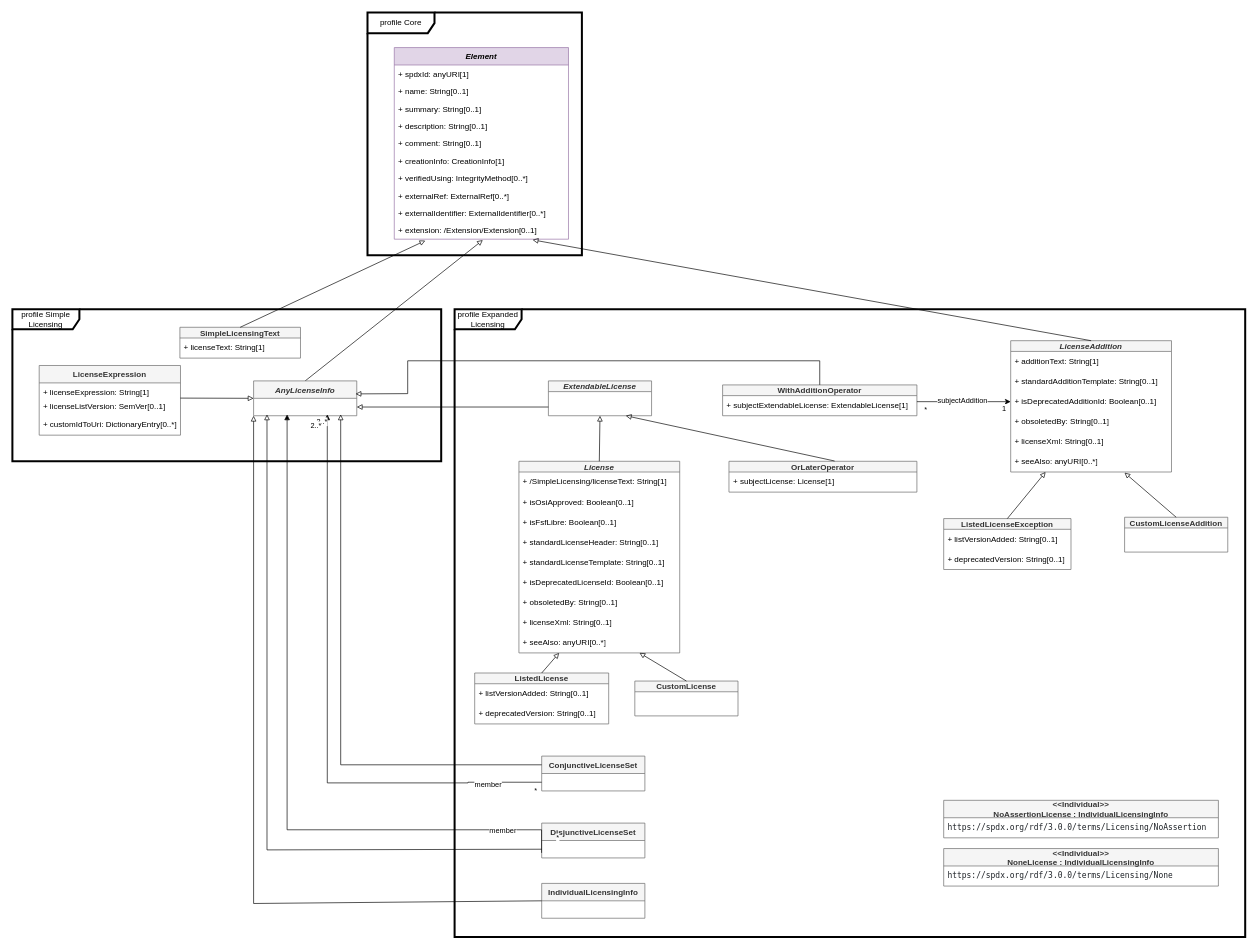
Before: page "Licensing" (5 of 11) of model.drawio in spdx/spdx-3-model, a draw.io diagram. Source tidied: cells renumbered, new cells numbered last; positions are measured from the earlier drawing's top-left corner, leaving out a move shared by most shapes. Both pictures are drawn from the tidied source at 67%, with x=0, y=0 at pixel (12, 12).
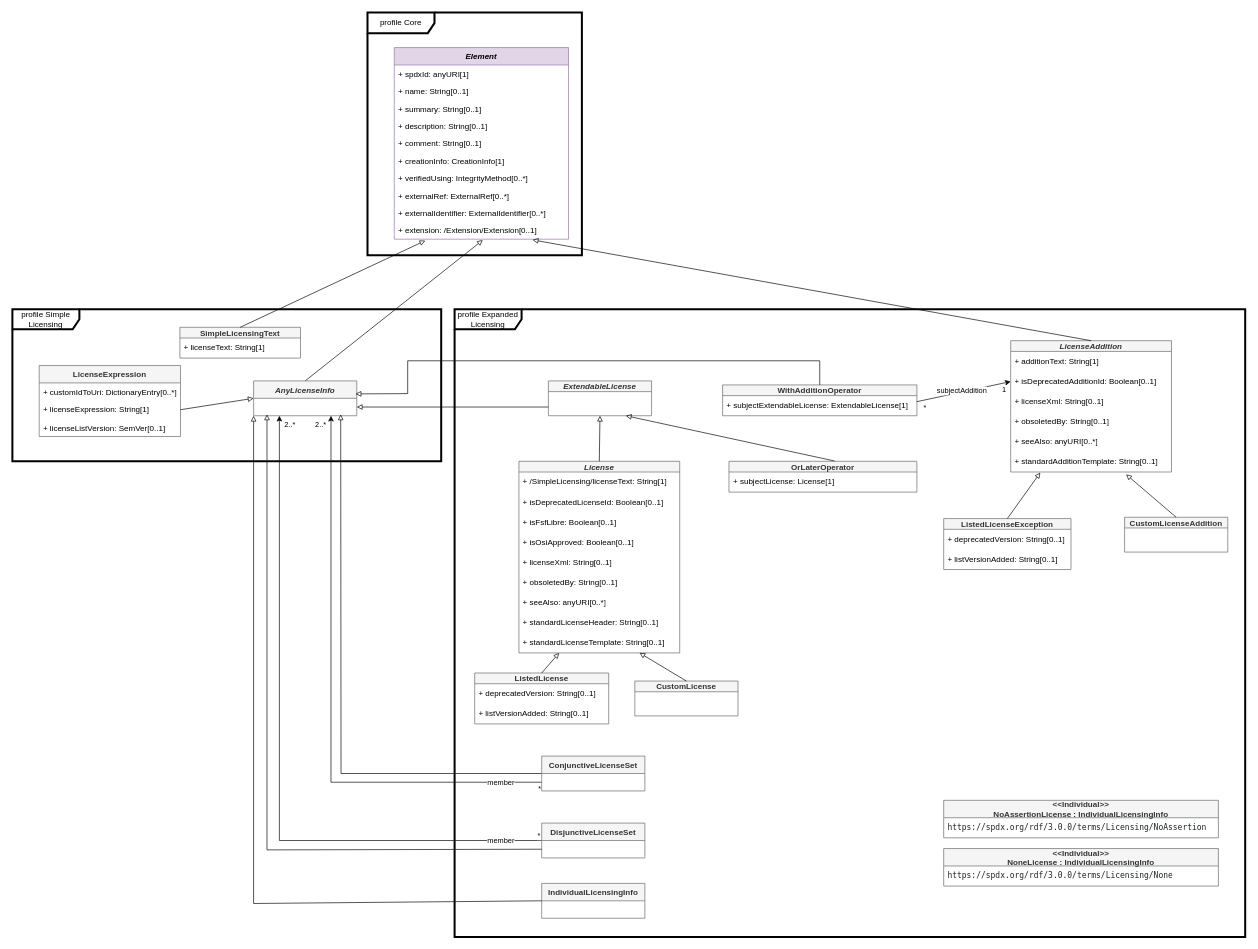
After the change.

Unchanged cells that the change refers to:
```xml
<mxCell id="2" value="profile Expanded Licensing" style="shape=umlFrame;whiteSpace=wrap;html=1;width=100;height=30;strokeWidth=3;" parent="1" vertex="1">
  <mxGeometry x="660" y="443" width="1180" height="937" as="geometry" />
</mxCell>
<mxCell id="3" value="DisjunctiveLicenseSet" style="swimlane;fontStyle=1;horizontal=1;startSize=26;fillColor=#f5f5f5;strokeColor=#666666;fontColor=#333333;" parent="1" vertex="1">
  <mxGeometry x="790" y="1210" width="154" height="52" as="geometry" />
</mxCell>
<mxCell id="18" value="AnyLicenseInfo" style="swimlane;fontStyle=3;horizontal=1;startSize=26;fillColor=#f5f5f5;strokeColor=#666666;fontColor=#333333;" parent="1" vertex="1">
  <mxGeometry x="360" y="550" width="154" height="52" as="geometry" />
</mxCell>
<mxCell id="24" value="ConjunctiveLicenseSet" style="swimlane;fontStyle=1;horizontal=1;startSize=26;fillColor=#f5f5f5;strokeColor=#666666;fontColor=#333333;" parent="1" vertex="1">
  <mxGeometry x="790" y="1110" width="154" height="52" as="geometry" />
</mxCell>
<mxCell id="29" value="License" style="swimlane;fontStyle=3;horizontal=1;startSize=16;fillColor=#f5f5f5;strokeColor=#666666;fontColor=#333333;" parent="1" vertex="1">
  <mxGeometry x="756" y="670" width="240" height="286" as="geometry" />
</mxCell>
<mxCell id="43" value="LicenseAddition" style="swimlane;fontStyle=3;horizontal=1;startSize=16;fillColor=#f5f5f5;strokeColor=#666666;fontColor=#333333;" parent="1" vertex="1">
  <mxGeometry x="1490" y="490" width="240" height="196" as="geometry" />
</mxCell>
<mxCell id="50" value="CustomLicenseAddition" style="swimlane;fontStyle=1;horizontal=1;startSize=16;fillColor=#f5f5f5;strokeColor=#666666;fontColor=#333333;" parent="1" vertex="1">
  <mxGeometry x="1660" y="753.5" width="154" height="52" as="geometry" />
</mxCell>
<mxCell id="58" value="ListedLicense" style="swimlane;fontStyle=1;horizontal=1;startSize=16;fillColor=#f5f5f5;strokeColor=#666666;fontColor=#333333;" parent="1" vertex="1">
  <mxGeometry x="690" y="986" width="200" height="76" as="geometry" />
</mxCell>
<mxCell id="62" value="ListedLicenseException" style="swimlane;fontStyle=1;horizontal=1;startSize=16;fillColor=#f5f5f5;strokeColor=#666666;fontColor=#333333;" parent="1" vertex="1">
  <mxGeometry x="1390" y="755.5" width="190" height="76" as="geometry" />
</mxCell>
```

What changed in the source:
```diff
@@
+    <mxCell id="87" style="edgeStyle=orthogonalEdgeStyle;rounded=0;jettySize=auto;html=1;exitX=0;exitY=0.5;exitDx=0;exitDy=0;entryX=0.25;entryY=1;entryDx=0;entryDy=0;" parent="1" edge="1" source="3" target="18">
+      <mxGeometry relative="1" as="geometry" />
+    </mxCell>
+    <mxCell id="88" value="member" style="edgeLabel;html=1;align=center;verticalAlign=middle;" parent="87" vertex="1">
+      <mxGeometry x="-0.57" y="1" relative="1" as="geometry">
+        <mxPoint x="158" y="-2" as="offset" />
+      </mxGeometry>
+    </mxCell>
+    <mxCell id="89" value="*" style="edgeLabel;html=1;align=center;verticalAlign=middle;" parent="87" vertex="1">
+      <mxGeometry x="-0.99" y="-1" relative="1" as="geometry">
+        <mxPoint y="-7" as="offset" />
+      </mxGeometry>
+    </mxCell>
+    <mxCell id="90" value="2..*" style="edgeLabel;html=1;align=center;verticalAlign=middle;" parent="87" vertex="1">
+      <mxGeometry x="0.78" y="-1" relative="1" as="geometry">
+        <mxPoint x="14" y="-100" as="offset" />
+      </mxGeometry>
+    </mxCell>
@@
     <mxCell id="19" value="LicenseExpression" style="swimlane;fontStyle=1;horizontal=1;startSize=26;fillColor=#f5f5f5;strokeColor=#666666;fontColor=#333333;" parent="1" vertex="1">
-      <mxGeometry x="40" y="527" width="210.9" height="104" as="geometry" />
+      <mxGeometry x="40" y="527" width="210.9" height="106" as="geometry" />
     </mxCell>
+    <mxCell id="22" value="+ customIdToUri: DictionaryEntry[0..*]" style="text;strokeColor=none;fillColor=none;align=left;verticalAlign=top;spacingLeft=4;spacingRight=4;overflow=hidden;whiteSpace=wrap;html=1;" parent="19" vertex="1">
+      <mxGeometry y="26" width="210.9" height="26" as="geometry" />
+    </mxCell>
     <mxCell id="20" value="+ licenseExpression: String[1]" style="text;strokeColor=none;fillColor=none;align=left;verticalAlign=top;spacingLeft=4;spacingRight=4;overflow=hidden;points=[[0,0.5],[1,0.5]];portConstraint=eastwest;" parent="19" vertex="1">
-      <mxGeometry y="26" width="210.9" height="22" as="geometry" />
+      <mxGeometry y="52" width="210.9" height="28" as="geometry" />
     </mxCell>
     <mxCell id="21" value="+ licenseListVersion: SemVer[0..1]" style="text;strokeColor=none;fillColor=none;align=left;verticalAlign=top;spacingLeft=4;spacingRight=4;overflow=hidden;points=[[0,0.5],[1,0.5]];portConstraint=eastwest;" parent="19" vertex="1">
-      <mxGeometry y="48" width="210.9" height="26" as="geometry" />
+      <mxGeometry y="80" width="210.9" height="26" as="geometry" />
     </mxCell>
-    <mxCell id="22" value="+ customIdToUri: DictionaryEntry[0..*]" style="text;strokeColor=none;fillColor=none;align=left;verticalAlign=middle;spacingLeft=4;spacingRight=4;overflow=hidden;whiteSpace=wrap;html=1;" parent="19" vertex="1">
-      <mxGeometry y="74" width="210.9" height="30" as="geometry" />
-    </mxCell>
-    <mxCell id="23" style="endArrow=block;html=1;rounded=0;entryX=0;entryY=0.5;entryDx=0;entryDy=0;exitX=0.999;exitY=0.026;exitDx=0;exitDy=0;endFill=0;exitPerimeter=0;" parent="1" edge="1" source="21" target="18">
+    <mxCell id="23" style="endArrow=block;html=1;rounded=0;entryX=0;entryY=0.5;entryDx=0;entryDy=0;exitX=1;exitY=0.5;exitDx=0;exitDy=0;endFill=0;" parent="1" edge="1" source="20" target="18">
       <mxGeometry relative="1" as="geometry" />
     </mxCell>
+    <mxCell id="91" style="edgeStyle=orthogonalEdgeStyle;rounded=0;jettySize=auto;html=1;exitX=0;exitY=0.75;exitDx=0;exitDy=0;entryX=0.75;entryY=1;entryDx=0;entryDy=0;" parent="1" edge="1" source="24" target="18">
+      <mxGeometry relative="1" as="geometry" />
+    </mxCell>
+    <mxCell id="92" value="member" style="edgeLabel;html=1;align=center;verticalAlign=middle;" parent="91" vertex="1">
+      <mxGeometry x="-0.81" relative="1" as="geometry">
+        <mxPoint x="20" as="offset" />
+      </mxGeometry>
+    </mxCell>
+    <mxCell id="93" value="*" style="edgeLabel;html=1;align=center;verticalAlign=middle;" parent="91" vertex="1">
+      <mxGeometry x="-0.99" y="1" relative="1" as="geometry">
+        <mxPoint y="8" as="offset" />
+      </mxGeometry>
+    </mxCell>
+    <mxCell id="94" value="2..*" style="edgeLabel;html=1;align=center;verticalAlign=middle;" parent="91" vertex="1">
+      <mxGeometry x="0.78" y="-1" relative="1" as="geometry">
+        <mxPoint x="-17" y="-81" as="offset" />
+      </mxGeometry>
+    </mxCell>
+    <mxCell id="95" style="edgeStyle=orthogonalEdgeStyle;rounded=0;jettySize=auto;html=1;exitX=0;exitY=0.5;exitDx=0;exitDy=0;strokeColor=default;endArrow=block;endFill=0;" parent="1" edge="1" source="24">
+      <mxGeometry relative="1" as="geometry">
+        <mxPoint x="490" y="600" as="targetPoint" />
+      </mxGeometry>
+    </mxCell>
@@
-    <mxCell id="25" style="edgeStyle=orthogonalEdgeStyle;rounded=0;jettySize=auto;html=1;endArrow=block;endFill=1;exitX=0;exitY=0.75;exitDx=0;exitDy=0;" parent="1" edge="1" source="24">
-      <mxGeometry relative="1" as="geometry">
-        <mxPoint x="470" y="600" as="targetPoint" />
-        <Array as="points">
-          <mxPoint x="680" y="1149" />
-          <mxPoint x="470" y="1150" />
-        </Array>
-      </mxGeometry>
-    </mxCell>
-    <mxCell id="26" value="*" style="edgeLabel;html=1;align=center;verticalAlign=middle;" parent="25" vertex="1">
-      <mxGeometry x="0.89" y="-1" relative="1" as="geometry">
-        <mxPoint x="309" y="513" as="offset" />
-      </mxGeometry>
-    </mxCell>
-    <mxCell id="27" value="2..*" style="edgeLabel;html=1;align=center;verticalAlign=middle;" parent="25" vertex="1">
-      <mxGeometry x="-0.94" y="-3" relative="1" as="geometry">
-        <mxPoint x="-303" y="-536" as="offset" />
-      </mxGeometry>
-    </mxCell>
-    <mxCell id="28" value="member" style="edgeLabel;html=1;align=center;verticalAlign=middle;" parent="25" vertex="1">
-      <mxGeometry x="-0.35" y="1" relative="1" as="geometry">
-        <mxPoint x="201" as="offset" />
-      </mxGeometry>
-    </mxCell>
@@
+    <mxCell id="35" value="+ isDeprecatedLicenseId: Boolean[0..1]" style="text;strokeColor=none;fillColor=none;align=left;verticalAlign=middle;spacingLeft=4;spacingRight=4;overflow=hidden;whiteSpace=wrap;html=1;" parent="29" vertex="1">
+      <mxGeometry y="46" width="240" height="30" as="geometry" />
+    </mxCell>
+    <mxCell id="32" value="+ isFsfLibre: Boolean[0..1]" style="text;strokeColor=none;fillColor=none;align=left;verticalAlign=middle;spacingLeft=4;spacingRight=4;overflow=hidden;whiteSpace=wrap;html=1;" parent="29" vertex="1">
+      <mxGeometry y="76" width="240" height="30" as="geometry" />
+    </mxCell>
     <mxCell id="31" value="+ isOsiApproved: Boolean[0..1]" style="text;strokeColor=none;fillColor=none;align=left;verticalAlign=middle;spacingLeft=4;spacingRight=4;overflow=hidden;whiteSpace=wrap;html=1;" parent="29" vertex="1">
-      <mxGeometry y="46" width="240" height="30" as="geometry" />
+      <mxGeometry y="106" width="240" height="30" as="geometry" />
     </mxCell>
-    <mxCell id="32" value="+ isFsfLibre: Boolean[0..1]" style="text;strokeColor=none;fillColor=none;align=left;verticalAlign=middle;spacingLeft=4;spacingRight=4;overflow=hidden;whiteSpace=wrap;html=1;" parent="29" vertex="1">
-      <mxGeometry y="76" width="240" height="30" as="geometry" />
-    </mxCell>
+    <mxCell id="37" value="+ licenseXml: String[0..1]" style="text;strokeColor=none;fillColor=none;align=left;verticalAlign=middle;spacingLeft=4;spacingRight=4;overflow=hidden;whiteSpace=wrap;html=1;" parent="29" vertex="1">
+      <mxGeometry y="136" width="240" height="30" as="geometry" />
+    </mxCell>
+    <mxCell id="36" value="+ obsoletedBy: String[0..1]" style="text;strokeColor=none;fillColor=none;align=left;verticalAlign=middle;spacingLeft=4;spacingRight=4;overflow=hidden;whiteSpace=wrap;html=1;" parent="29" vertex="1">
+      <mxGeometry y="166" width="240" height="30" as="geometry" />
+    </mxCell>
+    <mxCell id="38" value="+ seeAlso: anyURI[0..*]" style="text;strokeColor=none;fillColor=none;align=left;verticalAlign=middle;spacingLeft=4;spacingRight=4;overflow=hidden;whiteSpace=wrap;html=1;" parent="29" vertex="1">
+      <mxGeometry y="196" width="240" height="30" as="geometry" />
+    </mxCell>
     <mxCell id="33" value="+ standardLicenseHeader: String[0..1]" style="text;strokeColor=none;fillColor=none;align=left;verticalAlign=middle;spacingLeft=4;spacingRight=4;overflow=hidden;whiteSpace=wrap;html=1;" parent="29" vertex="1">
-      <mxGeometry y="106" width="240" height="30" as="geometry" />
+      <mxGeometry y="226" width="240" height="30" as="geometry" />
     </mxCell>
     <mxCell id="34" value="+ standardLicenseTemplate: String[0..1]" style="text;strokeColor=none;fillColor=none;align=left;verticalAlign=middle;spacingLeft=4;spacingRight=4;overflow=hidden;whiteSpace=wrap;html=1;" parent="29" vertex="1">
-      <mxGeometry y="136" width="240" height="30" as="geometry" />
+      <mxGeometry y="256" width="240" height="30" as="geometry" />
     </mxCell>
-    <mxCell id="35" value="+ isDeprecatedLicenseId: Boolean[0..1]" style="text;strokeColor=none;fillColor=none;align=left;verticalAlign=middle;spacingLeft=4;spacingRight=4;overflow=hidden;whiteSpace=wrap;html=1;" parent="29" vertex="1">
-      <mxGeometry y="166" width="240" height="30" as="geometry" />
-    </mxCell>
-    <mxCell id="36" value="+ obsoletedBy: String[0..1]" style="text;strokeColor=none;fillColor=none;align=left;verticalAlign=middle;spacingLeft=4;spacingRight=4;overflow=hidden;whiteSpace=wrap;html=1;" parent="29" vertex="1">
-      <mxGeometry y="196" width="240" height="30" as="geometry" />
-    </mxCell>
-    <mxCell id="37" value="+ licenseXml: String[0..1]" style="text;strokeColor=none;fillColor=none;align=left;verticalAlign=middle;spacingLeft=4;spacingRight=4;overflow=hidden;whiteSpace=wrap;html=1;" parent="29" vertex="1">
-      <mxGeometry y="226" width="240" height="30" as="geometry" />
-    </mxCell>
-    <mxCell id="38" value="+ seeAlso: anyURI[0..*]" style="text;strokeColor=none;fillColor=none;align=left;verticalAlign=middle;spacingLeft=4;spacingRight=4;overflow=hidden;whiteSpace=wrap;html=1;" parent="29" vertex="1">
-      <mxGeometry y="256" width="240" height="30" as="geometry" />
-    </mxCell>
@@
+    <mxCell id="46" value="+ isDeprecatedAdditionId: Boolean[0..1]" style="text;strokeColor=none;fillColor=none;align=left;verticalAlign=middle;spacingLeft=4;spacingRight=4;overflow=hidden;points=[[0,0.5],[1,0.5]];portConstraint=eastwest;whiteSpace=wrap;html=1;" parent="43" vertex="1">
+      <mxGeometry y="46" width="240" height="30" as="geometry" />
+    </mxCell>
+    <mxCell id="48" value="+ licenseXml: String[0..1]" style="text;strokeColor=none;fillColor=none;align=left;verticalAlign=middle;spacingLeft=4;spacingRight=4;overflow=hidden;whiteSpace=wrap;html=1;" parent="43" vertex="1">
+      <mxGeometry y="76" width="240" height="30" as="geometry" />
+    </mxCell>
+    <mxCell id="47" value="+ obsoletedBy: String[0..1]" style="text;strokeColor=none;fillColor=none;align=left;verticalAlign=middle;spacingLeft=4;spacingRight=4;overflow=hidden;whiteSpace=wrap;html=1;" parent="43" vertex="1">
+      <mxGeometry y="106" width="240" height="30" as="geometry" />
+    </mxCell>
+    <mxCell id="49" value="+ seeAlso: anyURI[0..*]" style="text;strokeColor=none;fillColor=none;align=left;verticalAlign=middle;spacingLeft=4;spacingRight=4;overflow=hidden;points=[[0,0.5],[1,0.5]];portConstraint=eastwest;whiteSpace=wrap;html=1;" parent="43" vertex="1">
+      <mxGeometry y="136" width="240" height="30" as="geometry" />
+    </mxCell>
     <mxCell id="45" value="+ standardAdditionTemplate: String[0..1]" style="text;strokeColor=none;fillColor=none;align=left;verticalAlign=middle;spacingLeft=4;spacingRight=4;overflow=hidden;points=[[0,0.5],[1,0.5]];portConstraint=eastwest;whiteSpace=wrap;html=1;" parent="43" vertex="1">
-      <mxGeometry y="46" width="240" height="30" as="geometry" />
+      <mxGeometry y="166" width="240" height="30" as="geometry" />
     </mxCell>
-    <mxCell id="46" value="+ isDeprecatedAdditionId: Boolean[0..1]" style="text;strokeColor=none;fillColor=none;align=left;verticalAlign=middle;spacingLeft=4;spacingRight=4;overflow=hidden;points=[[0,0.5],[1,0.5]];portConstraint=eastwest;whiteSpace=wrap;html=1;" parent="43" vertex="1">
-      <mxGeometry y="76" width="240" height="30" as="geometry" />
-    </mxCell>
-    <mxCell id="47" value="+ obsoletedBy: String[0..1]" style="text;strokeColor=none;fillColor=none;align=left;verticalAlign=middle;spacingLeft=4;spacingRight=4;overflow=hidden;whiteSpace=wrap;html=1;" parent="43" vertex="1">
-      <mxGeometry y="106" width="240" height="30" as="geometry" />
-    </mxCell>
-    <mxCell id="48" value="+ licenseXml: String[0..1]" style="text;strokeColor=none;fillColor=none;align=left;verticalAlign=middle;spacingLeft=4;spacingRight=4;overflow=hidden;whiteSpace=wrap;html=1;" parent="43" vertex="1">
-      <mxGeometry y="136" width="240" height="30" as="geometry" />
-    </mxCell>
-    <mxCell id="49" value="+ seeAlso: anyURI[0..*]" style="text;strokeColor=none;fillColor=none;align=left;verticalAlign=middle;spacingLeft=4;spacingRight=4;overflow=hidden;points=[[0,0.5],[1,0.5]];portConstraint=eastwest;whiteSpace=wrap;html=1;" parent="43" vertex="1">
-      <mxGeometry y="166" width="240" height="30" as="geometry" />
-    </mxCell>
@@
-    <mxCell id="51" style="endArrow=block;html=1;rounded=0;exitX=0;exitY=0.25;exitDx=0;exitDy=0;endFill=0;" parent="1" edge="1" source="24">
-      <mxGeometry relative="1" as="geometry">
-        <mxPoint x="490" y="600" as="targetPoint" />
-        <Array as="points">
-          <mxPoint x="490" y="1123" />
-        </Array>
-      </mxGeometry>
-    </mxCell>
-    <mxCell id="52" style="edgeStyle=orthogonalEdgeStyle;rounded=0;jettySize=auto;html=1;endArrow=block;endFill=1;exitX=0.11;exitY=0.866;exitDx=0;exitDy=0;exitPerimeter=0;" parent="1" edge="1" source="2">
-      <mxGeometry relative="1" as="geometry">
-        <mxPoint x="410" y="600" as="targetPoint" />
-        <Array as="points">
-          <mxPoint x="410" y="1220" />
-        </Array>
-      </mxGeometry>
-    </mxCell>
-    <mxCell id="53" value="member" style="edgeLabel;html=1;align=center;verticalAlign=middle;" parent="52" vertex="1">
-      <mxGeometry x="-0.35" y="1" relative="1" as="geometry">
-        <mxPoint x="243" y="-1" as="offset" />
-      </mxGeometry>
-    </mxCell>
-    <mxCell id="54" value="*" style="edgeLabel;html=1;align=center;verticalAlign=middle;" parent="52" vertex="1">
-      <mxGeometry x="-0.85" relative="1" as="geometry">
-        <mxPoint x="67" y="11" as="offset" />
-      </mxGeometry>
-    </mxCell>
-    <mxCell id="55" value="2..*" style="edgeLabel;html=1;align=center;verticalAlign=middle;" parent="52" vertex="1">
-      <mxGeometry x="-0.94" y="-3" relative="1" as="geometry">
-        <mxPoint x="-340" y="-607" as="offset" />
-      </mxGeometry>
-    </mxCell>
@@
+    <mxCell id="60" value="+ deprecatedVersion: String[0..1]" style="text;strokeColor=none;fillColor=none;align=left;verticalAlign=middle;spacingLeft=4;spacingRight=4;overflow=hidden;whiteSpace=wrap;html=1;" parent="58" vertex="1">
+      <mxGeometry y="16" width="200" height="30" as="geometry" />
+    </mxCell>
     <mxCell id="59" value="+ listVersionAdded: String[0..1]" style="text;strokeColor=none;fillColor=none;align=left;verticalAlign=middle;spacingLeft=4;spacingRight=4;overflow=hidden;whiteSpace=wrap;html=1;" parent="58" vertex="1">
-      <mxGeometry y="16" width="200" height="30" as="geometry" />
+      <mxGeometry y="46" width="200" height="30" as="geometry" />
     </mxCell>
-    <mxCell id="60" value="+ deprecatedVersion: String[0..1]" style="text;strokeColor=none;fillColor=none;align=left;verticalAlign=middle;spacingLeft=4;spacingRight=4;overflow=hidden;whiteSpace=wrap;html=1;" parent="58" vertex="1">
-      <mxGeometry y="46" width="200" height="30" as="geometry" />
-    </mxCell>
@@
+    <mxCell id="64" value="+ deprecatedVersion: String[0..1]" style="text;strokeColor=none;fillColor=none;align=left;verticalAlign=middle;spacingLeft=4;spacingRight=4;overflow=hidden;whiteSpace=wrap;html=1;" parent="62" vertex="1">
+      <mxGeometry y="16" width="190" height="30" as="geometry" />
+    </mxCell>
     <mxCell id="63" value="+ listVersionAdded: String[0..1]" style="text;strokeColor=none;fillColor=none;align=left;verticalAlign=middle;spacingLeft=4;spacingRight=4;overflow=hidden;whiteSpace=wrap;html=1;" parent="62" vertex="1">
-      <mxGeometry y="16" width="190" height="30" as="geometry" />
+      <mxGeometry y="46" width="190" height="30" as="geometry" />
     </mxCell>
-    <mxCell id="64" value="+ deprecatedVersion: String[0..1]" style="text;strokeColor=none;fillColor=none;align=left;verticalAlign=middle;spacingLeft=4;spacingRight=4;overflow=hidden;whiteSpace=wrap;html=1;" parent="62" vertex="1">
-      <mxGeometry y="46" width="190" height="30" as="geometry" />
-    </mxCell>
-    <mxCell id="65" style="endArrow=block;html=1;rounded=0;entryX=0.217;entryY=1;entryDx=0;entryDy=0;exitX=0.5;exitY=0;exitDx=0;exitDy=0;endFill=0;entryPerimeter=0;" parent="1" edge="1" source="62" target="49">
+    <mxCell id="65" style="endArrow=block;html=1;rounded=0;entryX=0.184;entryY=1.03;entryDx=0;entryDy=0;exitX=0.5;exitY=0;exitDx=0;exitDy=0;endFill=0;entryPerimeter=0;" parent="1" edge="1" source="62" target="45">
       <mxGeometry relative="1" as="geometry" />
     </mxCell>
-    <mxCell id="66" style="endArrow=block;html=1;rounded=0;entryX=0.708;entryY=1.033;entryDx=0;entryDy=0;exitX=0.5;exitY=0;exitDx=0;exitDy=0;endFill=0;entryPerimeter=0;" parent="1" edge="1" source="50" target="49">
+    <mxCell id="66" style="endArrow=block;html=1;rounded=0;entryX=0.718;entryY=1.121;entryDx=0;entryDy=0;exitX=0.5;exitY=0;exitDx=0;exitDy=0;endFill=0;entryPerimeter=0;" parent="1" edge="1" source="50" target="45">
       <mxGeometry relative="1" as="geometry" />
     </mxCell>
```
